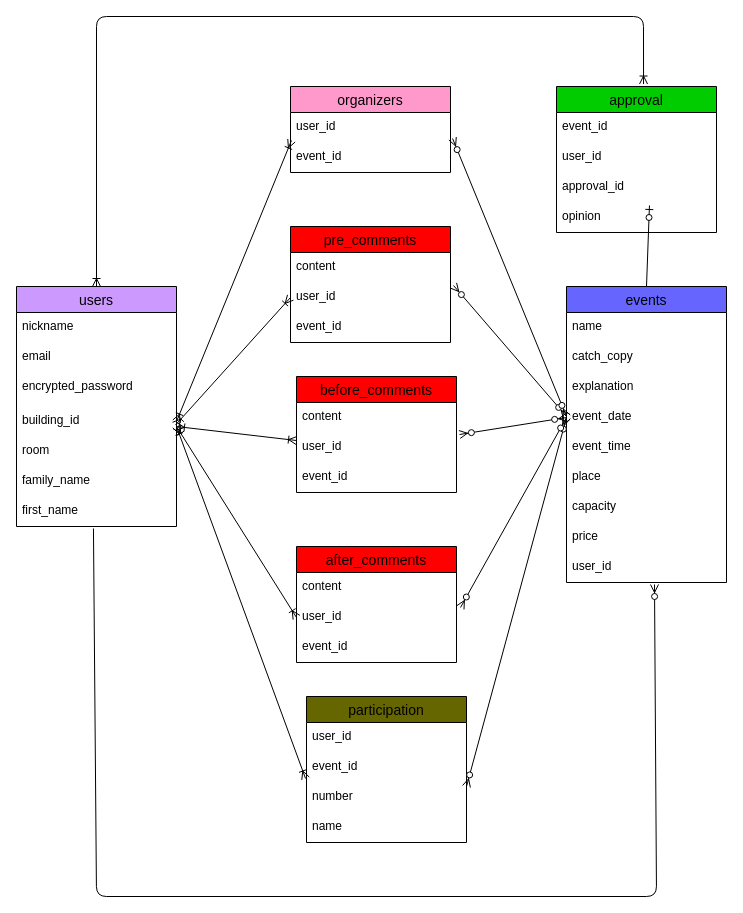
Above: ER.dio in nickAJ286/crestprimejitikai (draw.io), before the change. Source tidied: cells renumbered, new cells numbered last; positions are measured from the earlier drawing's top-left corner, leaving out a move shared by most shapes. Both pictures are drawn from the tidied source at 100%, with x=0, y=0 at pixel (16, 16).
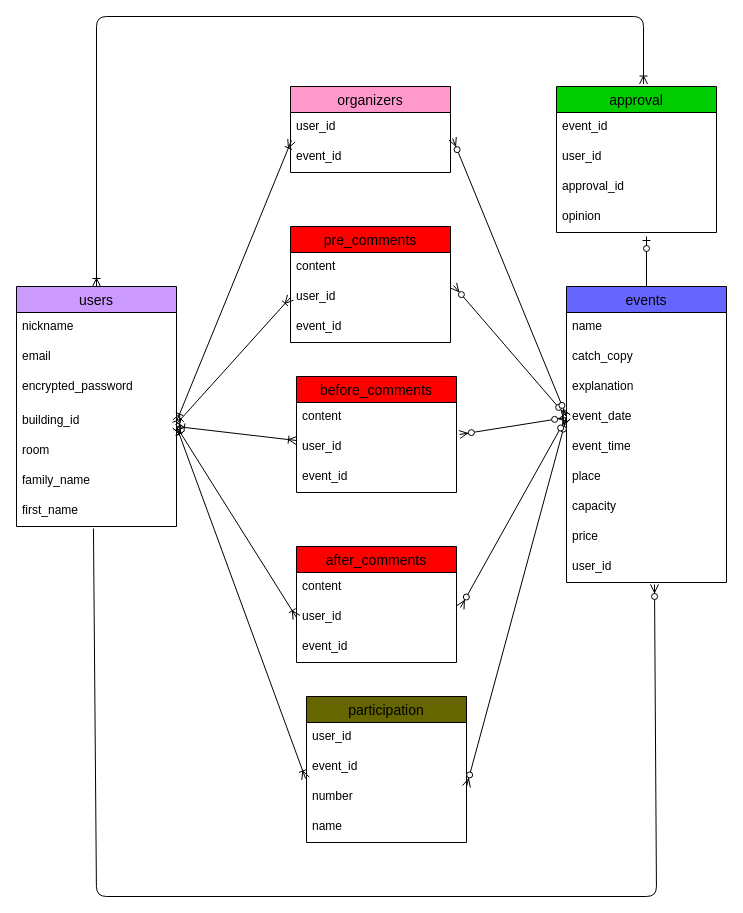
The same diagram, later.

Unchanged cells that the change refers to:
```xml
<mxCell id="10" value="events" style="swimlane;fontStyle=0;horizontal=1;startSize=26;align=center;fontSize=14;fillColor=#6666FF;" parent="1" vertex="1">
  <mxGeometry x="550" y="270" width="160" height="296" as="geometry" />
</mxCell>
<mxCell id="43" value="approval_id" style="text;strokeColor=none;fillColor=none;spacingLeft=4;spacingRight=4;overflow=hidden;points=[[0,0.5],[1,0.5]];portConstraint=eastwest;fontSize=12;" parent="40" vertex="1">
  <mxGeometry y="86" width="160" height="30" as="geometry" />
</mxCell>
```

The edit, as a diff of the source:
```diff
@@
-    <mxCell id="56" style="fontSize=12;html=1;endArrow=ERzeroToOne;endFill=1;entryX=0.581;entryY=1.1;entryDx=0;entryDy=0;entryPerimeter=0;exitX=0.5;exitY=0;exitDx=0;exitDy=0;" parent="1" edge="1" source="10" target="43">
-      <mxGeometry relative="1" as="geometry" />
+    <mxCell id="56" style="fontSize=12;html=1;endArrow=ERzeroToOne;endFill=1;exitX=0.5;exitY=0;exitDx=0;exitDy=0;" parent="1" edge="1" source="10">
+      <mxGeometry relative="1" as="geometry">
+        <mxPoint x="630" y="220" as="targetPoint" />
+      </mxGeometry>
     </mxCell>
```
